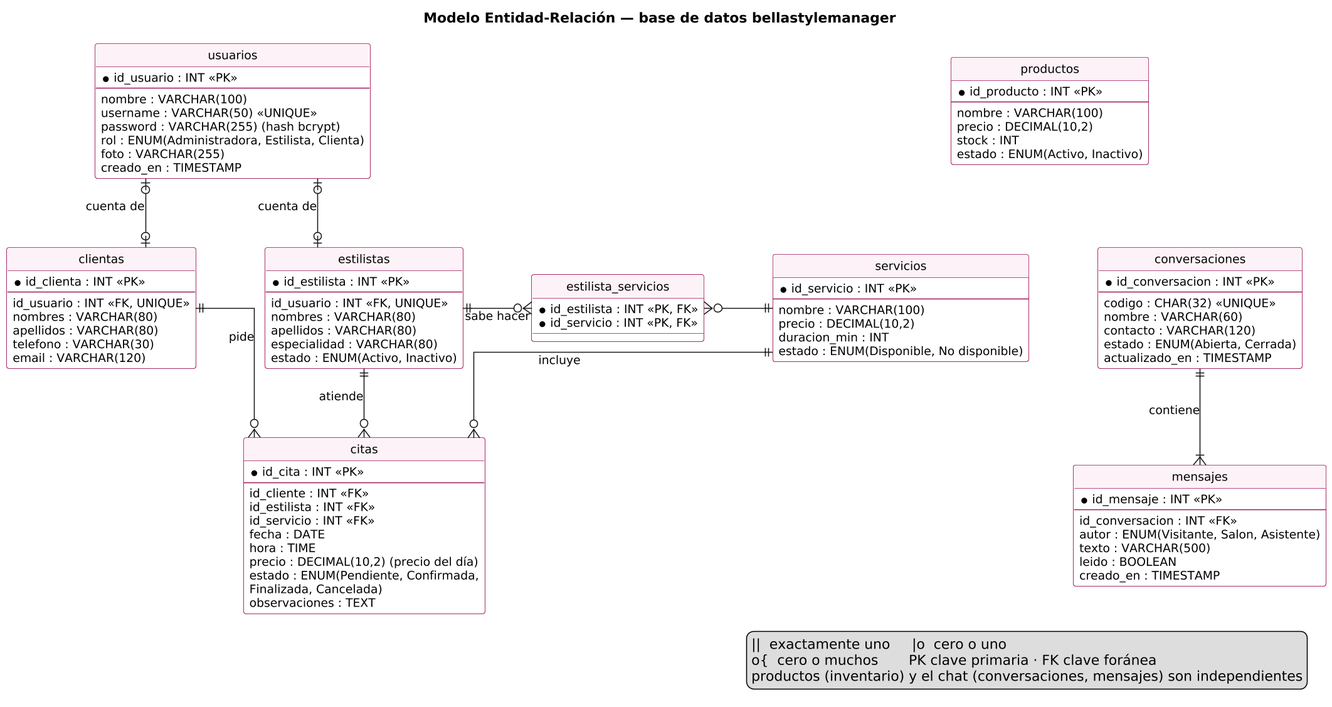
The PlantUML diagram docs/diagramas/Modelo_Datos.png in cesar-pestana26/bellastyle-manager, before a commit. The source it was exported from:
```plantuml
@startuml Modelo_Datos
skinparamlocked dpi 150
title Modelo Entidad-Relación — base de datos bellastylemanager
hide circle
skinparam shadowing false
skinparam defaultFontName Arial
skinparam defaultFontSize 12
skinparam linetype ortho
skinparam nodesep 70
skinparam ranksep 70
skinparam class {
  BackgroundColor #FFFFFF
  BorderColor #A01F5F
  HeaderBackgroundColor #FDF2F8
}
entity usuarios {
  * id_usuario : INT <<PK>>
  --
  nombre : VARCHAR(100)
  username : VARCHAR(50) <<UNIQUE>>
  password : VARCHAR(255) (hash bcrypt)
  rol : ENUM(Administradora, Estilista, Clienta)
  foto : VARCHAR(255)
  creado_en : TIMESTAMP
}
entity clientas {
  * id_clienta : INT <<PK>>
  --
  id_usuario : INT <<FK, UNIQUE>>
  nombres : VARCHAR(80)
  apellidos : VARCHAR(80)
  telefono : VARCHAR(30)
  email : VARCHAR(120)
}
entity estilistas {
  * id_estilista : INT <<PK>>
  --
  id_usuario : INT <<FK, UNIQUE>>
  nombres : VARCHAR(80)
  apellidos : VARCHAR(80)
  especialidad : VARCHAR(80)
  estado : ENUM(Activo, Inactivo)
}
entity estilista_servicios {
  * id_estilista : INT <<PK, FK>>
  * id_servicio : INT <<PK, FK>>
}
entity servicios {
  * id_servicio : INT <<PK>>
  --
  nombre : VARCHAR(100)
  precio : DECIMAL(10,2)
  duracion_min : INT
  estado : ENUM(Disponible, No disponible)
}
entity citas {
  * id_cita : INT <<PK>>
  --
  id_cliente : INT <<FK>>
  id_estilista : INT <<FK>>
  id_servicio : INT <<FK>>
  fecha : DATE
  hora : TIME
  precio : DECIMAL(10,2) (precio del día)
  estado : ENUM(Pendiente, Confirmada,
     Finalizada, Cancelada)
  observaciones : TEXT
}
entity productos {
  * id_producto : INT <<PK>>
  --
  nombre : VARCHAR(100)
  precio : DECIMAL(10,2)
  stock : INT
  estado : ENUM(Activo, Inactivo)
}

entity conversaciones {
  * id_conversacion : INT <<PK>>
  --
  codigo : CHAR(32) <<UNIQUE>>
  nombre : VARCHAR(60)
  contacto : VARCHAR(120)
  estado : ENUM(Abierta, Cerrada)
  actualizado_en : TIMESTAMP
}
entity mensajes {
  * id_mensaje : INT <<PK>>
  --
  id_conversacion : INT <<FK>>
  autor : ENUM(Visitante, Salon, Asistente)
  texto : VARCHAR(500)
  leido : BOOLEAN
  creado_en : TIMESTAMP
}

usuarios |o--o| clientas : cuenta de
usuarios |o--o| estilistas : cuenta de
estilistas ||-right-o{ estilista_servicios : sabe hacer
estilista_servicios }o-right-|| servicios
clientas ||--o{ citas : pide
estilistas ||--o{ citas : atiende
servicios ||--o{ citas : incluye
servicios -[hidden]up- productos
conversaciones ||--|{ mensajes : contiene
productos -[hidden]down- conversaciones

legend bottom right
  ||  exactamente uno     |o  cero o uno
  o{  cero o muchos       PK clave primaria · FK clave foránea
  productos (inventario) y el chat (conversaciones, mensajes) son independientes
endlegend
@enduml
```
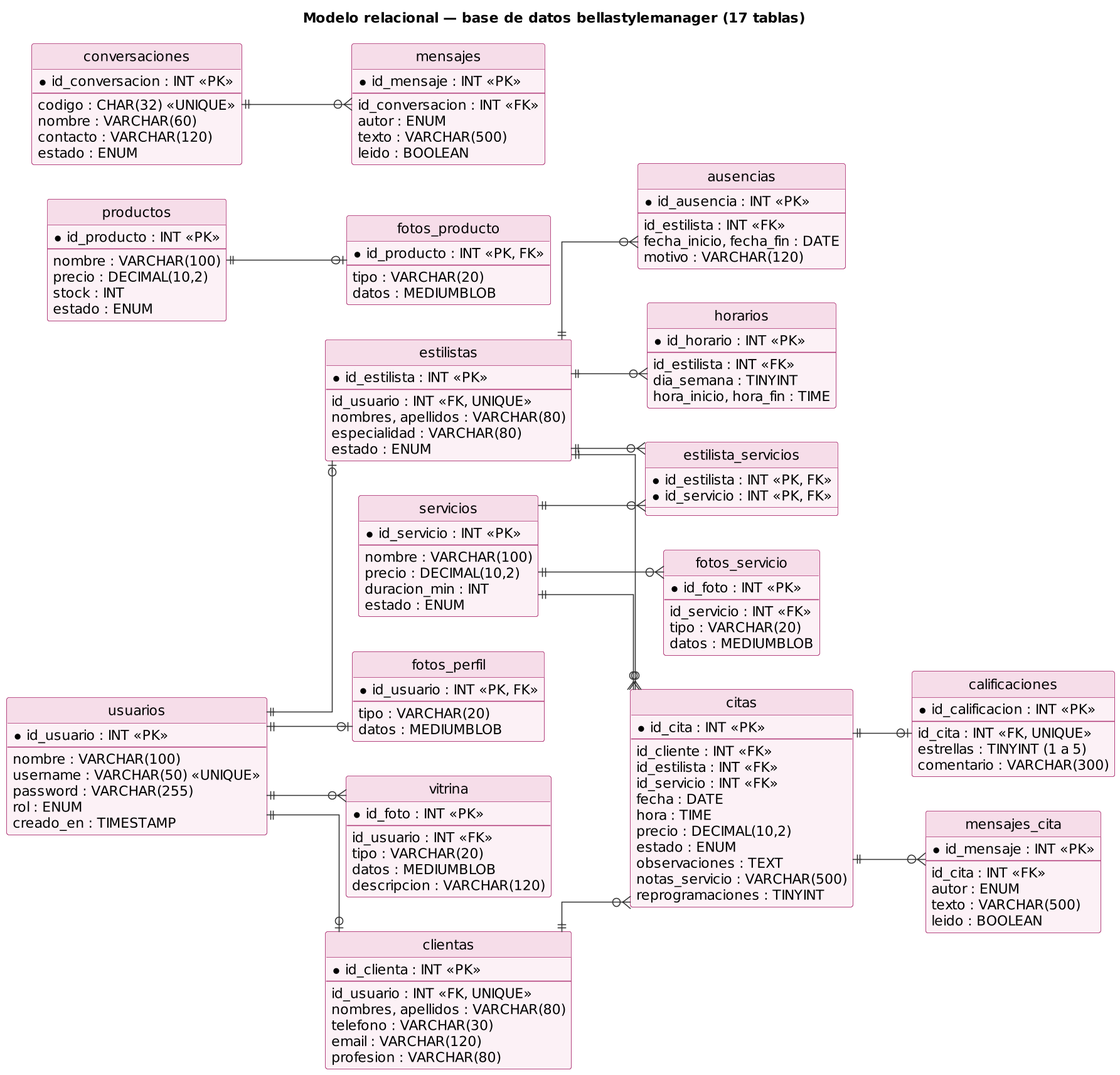
Above is the later version.

What changed in the source:
```diff
@@ -1,49 +1,33 @@
 @startuml Modelo_Datos
-skinparamlocked dpi 150
-title Modelo Entidad-Relación — base de datos bellastylemanager
-hide circle
-skinparam shadowing false
-skinparam defaultFontName Arial
-skinparam defaultFontSize 12
+!include skin.iuml
+title Modelo relacional — base de datos bellastylemanager (17 tablas)
 skinparam linetype ortho
-skinparam nodesep 70
-skinparam ranksep 70
-skinparam class {
-  BackgroundColor #FFFFFF
-  BorderColor #A01F5F
-  HeaderBackgroundColor #FDF2F8
-}
+left to right direction
 entity usuarios {
   * id_usuario : INT <<PK>>
   --
   nombre : VARCHAR(100)
   username : VARCHAR(50) <<UNIQUE>>
-  password : VARCHAR(255) (hash bcrypt)
-  rol : ENUM(Administradora, Estilista, Clienta)
-  foto : VARCHAR(255)
+  password : VARCHAR(255)
+  rol : ENUM
   creado_en : TIMESTAMP
 }
 entity clientas {
   * id_clienta : INT <<PK>>
   --
   id_usuario : INT <<FK, UNIQUE>>
-  nombres : VARCHAR(80)
-  apellidos : VARCHAR(80)
+  nombres, apellidos : VARCHAR(80)
   telefono : VARCHAR(30)
   email : VARCHAR(120)
+  profesion : VARCHAR(80)
 }
 entity estilistas {
   * id_estilista : INT <<PK>>
   --
   id_usuario : INT <<FK, UNIQUE>>
-  nombres : VARCHAR(80)
-  apellidos : VARCHAR(80)
+  nombres, apellidos : VARCHAR(80)
   especialidad : VARCHAR(80)
-  estado : ENUM(Activo, Inactivo)
-}
-entity estilista_servicios {
-  * id_estilista : INT <<PK, FK>>
-  * id_servicio : INT <<PK, FK>>
+  estado : ENUM
 }
 entity servicios {
   * id_servicio : INT <<PK>>
@@ -51,7 +35,19 @@
   nombre : VARCHAR(100)
   precio : DECIMAL(10,2)
   duracion_min : INT
-  estado : ENUM(Disponible, No disponible)
+  estado : ENUM
+}
+entity productos {
+  * id_producto : INT <<PK>>
+  --
+  nombre : VARCHAR(100)
+  precio : DECIMAL(10,2)
+  stock : INT
+  estado : ENUM
+}
+entity estilista_servicios {
+  * id_estilista : INT <<PK, FK>>
+  * id_servicio : INT <<PK, FK>>
 }
 entity citas {
   * id_cita : INT <<PK>>
@@ -61,53 +57,98 @@
   id_servicio : INT <<FK>>
   fecha : DATE
   hora : TIME
-  precio : DECIMAL(10,2) (precio del día)
-  estado : ENUM(Pendiente, Confirmada,
-     Finalizada, Cancelada)
+  precio : DECIMAL(10,2)
+  estado : ENUM
   observaciones : TEXT
+  notas_servicio : VARCHAR(500)
+  reprogramaciones : TINYINT
 }
-entity productos {
-  * id_producto : INT <<PK>>
+entity horarios {
+  * id_horario : INT <<PK>>
   --
-  nombre : VARCHAR(100)
-  precio : DECIMAL(10,2)
-  stock : INT
-  estado : ENUM(Activo, Inactivo)
+  id_estilista : INT <<FK>>
+  dia_semana : TINYINT
+  hora_inicio, hora_fin : TIME
 }
-
+entity ausencias {
+  * id_ausencia : INT <<PK>>
+  --
+  id_estilista : INT <<FK>>
+  fecha_inicio, fecha_fin : DATE
+  motivo : VARCHAR(120)
+}
+entity calificaciones {
+  * id_calificacion : INT <<PK>>
+  --
+  id_cita : INT <<FK, UNIQUE>>
+  estrellas : TINYINT (1 a 5)
+  comentario : VARCHAR(300)
+}
+entity mensajes_cita {
+  * id_mensaje : INT <<PK>>
+  --
+  id_cita : INT <<FK>>
+  autor : ENUM
+  texto : VARCHAR(500)
+  leido : BOOLEAN
+}
 entity conversaciones {
   * id_conversacion : INT <<PK>>
   --
   codigo : CHAR(32) <<UNIQUE>>
   nombre : VARCHAR(60)
   contacto : VARCHAR(120)
-  estado : ENUM(Abierta, Cerrada)
-  actualizado_en : TIMESTAMP
+  estado : ENUM
 }
 entity mensajes {
   * id_mensaje : INT <<PK>>
   --
   id_conversacion : INT <<FK>>
-  autor : ENUM(Visitante, Salon, Asistente)
+  autor : ENUM
   texto : VARCHAR(500)
   leido : BOOLEAN
-  creado_en : TIMESTAMP
 }
-
-usuarios |o--o| clientas : cuenta de
-usuarios |o--o| estilistas : cuenta de
-estilistas ||-right-o{ estilista_servicios : sabe hacer
-estilista_servicios }o-right-|| servicios
-clientas ||--o{ citas : pide
-estilistas ||--o{ citas : atiende
-servicios ||--o{ citas : incluye
-servicios -[hidden]up- productos
-conversaciones ||--|{ mensajes : contiene
-productos -[hidden]down- conversaciones
-
-legend bottom right
-  ||  exactamente uno     |o  cero o uno
-  o{  cero o muchos       PK clave primaria · FK clave foránea
-  productos (inventario) y el chat (conversaciones, mensajes) son independientes
-endlegend
+entity fotos_servicio {
+  * id_foto : INT <<PK>>
+  --
+  id_servicio : INT <<FK>>
+  tipo : VARCHAR(20)
+  datos : MEDIUMBLOB
+}
+entity fotos_producto {
+  * id_producto : INT <<PK, FK>>
+  --
+  tipo : VARCHAR(20)
+  datos : MEDIUMBLOB
+}
+entity fotos_perfil {
+  * id_usuario : INT <<PK, FK>>
+  --
+  tipo : VARCHAR(20)
+  datos : MEDIUMBLOB
+}
+entity vitrina {
+  * id_foto : INT <<PK>>
+  --
+  id_usuario : INT <<FK>>
+  tipo : VARCHAR(20)
+  datos : MEDIUMBLOB
+  descripcion : VARCHAR(120)
+}
+usuarios ||--o| clientas
+usuarios ||--o| estilistas
+usuarios ||--o| fotos_perfil
+usuarios ||--o{ vitrina
+estilistas ||--o{ estilista_servicios
+servicios ||--o{ estilista_servicios
+clientas ||--o{ citas
+estilistas ||--o{ citas
+servicios ||--o{ citas
+estilistas ||--o{ horarios
+estilistas ||--o{ ausencias
+citas ||--o| calificaciones
+citas ||--o{ mensajes_cita
+conversaciones ||--o{ mensajes
+servicios ||--o{ fotos_servicio
+productos ||--o| fotos_producto
 @enduml
```
